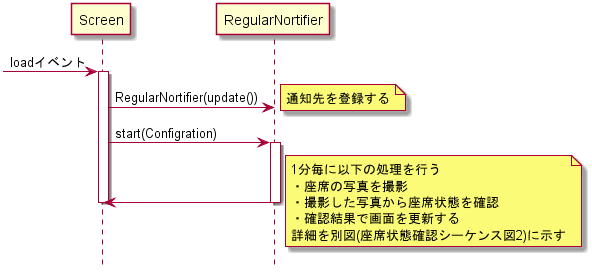
Before: doc/詳細設計/詳細設計書/構成図/座席状態確認シーケンス図.png, a diagram exported from PlantUML (KeisukeSugita/Seat-monitoring-system).
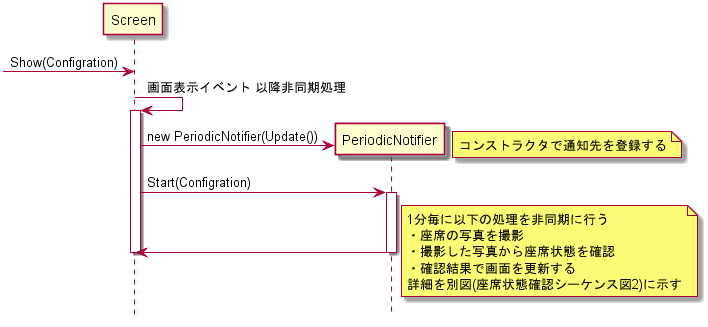
After the change.

What changed in the source:
```diff
@@ -2,22 +2,24 @@
 hide footbox
 
 participant "Screen" as Screen
-participant "RegularNortifier" as RegularNortifier
+participant "PeriodicNotifier" as PeriodicNotifier
 
--> Screen :loadイベント
+-> Screen :Show(Configration)
+Screen -> Screen :画面表示イベント 以降非同期処理
 activate Screen
-Screen -> RegularNortifier :RegularNortifier(update())
+create PeriodicNotifier
+Screen -> PeriodicNotifier :new PeriodicNotifier(Update())
 note right
-	通知先を登録する
+	コンストラクタで通知先を登録する
 end note
 
-Screen -> RegularNortifier :start(Configration)
-activate RegularNortifier
-Screen <- RegularNortifier
-deactivate RegularNortifier
+Screen -> PeriodicNotifier :Start(Configration)
+activate PeriodicNotifier
+Screen <- PeriodicNotifier
+deactivate PeriodicNotifier
 deactivate Screen
 note right
-	1分毎に以下の処理を行う
+	1分毎に以下の処理を非同期に行う
 	・座席の写真を撮影
 	・撮影した写真から座席状態を確認
 	・確認結果で画面を更新する
```
